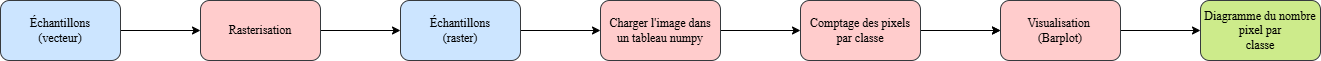
The draw.io diagram img/Diagramme_nb_pixel_classe.png in Axel-Mrtn/projet_telea_MARTIN_AXEL, before a commit. Source tidied: cells renumbered, new cells last; positions are measured from the earlier drawing's top-left corner, leaving out a move shared by most shapes.
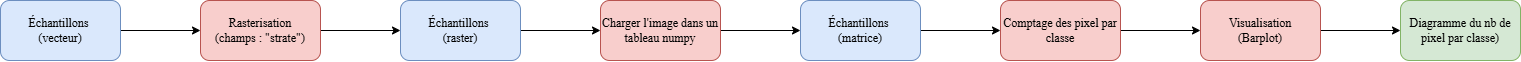
After the change.

What changed in the source:
```diff
@@ -1,48 +1,51 @@
 <mxGraphModel>
   <root>
-    <mxCell id="0" />
-    <mxCell id="1" parent="0" />
-    <mxCell id="2" style="edgeStyle=orthogonalEdgeStyle;rounded=0;jettySize=auto;html=1;" parent="1" edge="1" source="3" target="5">
-      <mxGeometry relative="1" as="geometry" />
-    </mxCell>
+    <mxCell id="16" />
+    <mxCell id="17" parent="16" />
+    <mxCell id="18" style="edgeStyle=orthogonalEdgeStyle;rounded=0;jettySize=auto;html=1;" parent="17" edge="1" source="3" target="20">
+      <mxGeometry relative="1" as="geometry" />
+    </mxCell>
-    <mxCell id="3" value="&lt;font face=&quot;monotica&quot;&gt;Échantillons&lt;/font&gt;&lt;br&gt;&lt;font face=&quot;monotica&quot;&gt;(vecteur)&lt;/font&gt;" style="rounded=1;whiteSpace=wrap;html=1;fillColor=#cce5ff;strokeColor=#36393d;" parent="1" vertex="1">
+    <mxCell id="3" value="&lt;font face=&quot;monotica&quot;&gt;Échantillons&amp;nbsp;&lt;/font&gt;&lt;div&gt;&lt;font face=&quot;monotica&quot;&gt;(vecteur)&lt;/font&gt;&lt;/div&gt;" style="rounded=1;whiteSpace=wrap;html=1;fillColor=#dae8fc;strokeColor=#6c8ebf;" parent="17" vertex="1">
       <mxGeometry width="120" height="60" as="geometry" />
     </mxCell>
-    <mxCell id="4" style="edgeStyle=orthogonalEdgeStyle;rounded=0;jettySize=auto;html=1;" parent="1" edge="1" source="5" target="7">
-      <mxGeometry relative="1" as="geometry" />
-    </mxCell>
-    <mxCell id="5" value="&lt;div&gt;&lt;font face=&quot;monotica&quot;&gt;Rasterisation&lt;/font&gt;&lt;/div&gt;" style="rounded=1;whiteSpace=wrap;html=1;align=center;verticalAlign=middle;fontFamily=Helvetica;fontSize=12;fillColor=#ffcccc;strokeColor=#36393d;" parent="1" vertex="1">
-      <mxGeometry x="200" width="120" height="60" as="geometry" />
-    </mxCell>
+    <mxCell id="19" style="edgeStyle=orthogonalEdgeStyle;rounded=0;jettySize=auto;html=1;entryX=0;entryY=0.5;entryDx=0;entryDy=0;" parent="17" edge="1" source="20" target="7">
+      <mxGeometry relative="1" as="geometry" />
+    </mxCell>
+    <mxCell id="20" value="&lt;font face=&quot;monotica&quot;&gt;Rasterisation&lt;/font&gt;&lt;div&gt;&lt;font face=&quot;monotica&quot;&gt;(champs : &quot;strate&quot;)&lt;/font&gt;&lt;/div&gt;" style="whiteSpace=wrap;html=1;fillColor=#f8cecc;strokeColor=#b85450;rounded=1;" parent="17" vertex="1">
+      <mxGeometry x="200" width="120" height="60" as="geometry" />
+    </mxCell>
-    <mxCell id="6" style="edgeStyle=orthogonalEdgeStyle;rounded=0;jettySize=auto;html=1;" parent="1" edge="1" source="7" target="9">
+    <mxCell id="6" style="edgeStyle=orthogonalEdgeStyle;rounded=0;jettySize=auto;html=1;" parent="17" edge="1" source="7" target="9">
       <mxGeometry relative="1" as="geometry" />
     </mxCell>
-    <mxCell id="7" value="&lt;font face=&quot;monotica&quot;&gt;Échantillons&lt;/font&gt;&lt;br&gt;&lt;font face=&quot;monotica&quot;&gt;(raster)&lt;/font&gt;" style="whiteSpace=wrap;html=1;rounded=1;strokeColor=#36393d;align=center;verticalAlign=middle;fontFamily=Helvetica;fontSize=12;fillColor=#cce5ff;" parent="1" vertex="1">
+    <mxCell id="7" value="&lt;font face=&quot;monotica&quot;&gt;Échantillons&amp;nbsp;&lt;/font&gt;&lt;div&gt;&lt;font face=&quot;monotica&quot;&gt;(raster)&lt;/font&gt;&lt;/div&gt;" style="rounded=1;whiteSpace=wrap;html=1;fillColor=#dae8fc;strokeColor=#6c8ebf;" parent="17" vertex="1">
       <mxGeometry x="400" width="120" height="60" as="geometry" />
     </mxCell>
-    <mxCell id="8" style="edgeStyle=orthogonalEdgeStyle;rounded=0;jettySize=auto;html=1;" parent="1" edge="1" source="9" target="12">
-      <mxGeometry relative="1" as="geometry" />
-    </mxCell>
+    <mxCell id="21" style="edgeStyle=orthogonalEdgeStyle;rounded=0;jettySize=auto;html=1;" parent="17" edge="1" source="9" target="23">
+      <mxGeometry relative="1" as="geometry" />
+    </mxCell>
-    <mxCell id="9" value="&lt;font face=&quot;monotica&quot;&gt;Charger l'image dans&lt;/font&gt;&lt;div&gt;&lt;font face=&quot;monotica&quot;&gt;un tableau numpy&lt;/font&gt;&lt;/div&gt;" style="rounded=1;whiteSpace=wrap;html=1;strokeColor=#36393d;align=center;verticalAlign=middle;fontFamily=Helvetica;fontSize=12;fillColor=#ffcccc;" parent="1" vertex="1">
+    <mxCell id="9" value="&lt;font face=&quot;monotica&quot;&gt;Charger l'image dans un tableau numpy&lt;/font&gt;" style="rounded=1;whiteSpace=wrap;html=1;fillColor=#f8cecc;strokeColor=#b85450;" parent="17" vertex="1">
       <mxGeometry x="600" width="120" height="60" as="geometry" />
     </mxCell>
-    <mxCell id="10" style="edgeStyle=orthogonalEdgeStyle;rounded=0;jettySize=auto;html=1;" parent="1" edge="1" source="12" target="14">
-      <mxGeometry relative="1" as="geometry" />
-    </mxCell>
-    <mxCell id="11" style="edgeStyle=orthogonalEdgeStyle;rounded=0;jettySize=auto;html=1;" parent="1" edge="1" source="12" target="14">
-      <mxGeometry relative="1" as="geometry" />
-    </mxCell>
-    <mxCell id="12" value="&lt;font face=&quot;monotica&quot;&gt;Comptage des pixels&lt;/font&gt;&lt;div&gt;&lt;font face=&quot;monotica&quot;&gt;&amp;nbsp;par classe&amp;nbsp;&lt;/font&gt;&lt;/div&gt;" style="whiteSpace=wrap;html=1;rounded=1;fillColor=#ffcccc;strokeColor=#36393d;" parent="1" vertex="1">
-      <mxGeometry x="800" width="120" height="60" as="geometry" />
-    </mxCell>
-    <mxCell id="13" style="edgeStyle=orthogonalEdgeStyle;rounded=0;jettySize=auto;html=1;" parent="1" edge="1" source="14" target="15">
-      <mxGeometry relative="1" as="geometry" />
-    </mxCell>
+    <mxCell id="22" style="edgeStyle=orthogonalEdgeStyle;rounded=0;jettySize=auto;html=1;" parent="17" edge="1" source="23" target="25">
+      <mxGeometry relative="1" as="geometry" />
+    </mxCell>
+    <mxCell id="23" value="&lt;font face=&quot;monotica&quot;&gt;Échantillons&amp;nbsp;&lt;/font&gt;&lt;div&gt;&lt;font face=&quot;monotica&quot;&gt;(matrice)&lt;/font&gt;&lt;/div&gt;" style="whiteSpace=wrap;html=1;fillColor=#dae8fc;strokeColor=#6c8ebf;rounded=1;" parent="17" vertex="1">
+      <mxGeometry x="800" width="120" height="60" as="geometry" />
+    </mxCell>
+    <mxCell id="24" style="edgeStyle=orthogonalEdgeStyle;rounded=0;jettySize=auto;html=1;fontFamily=Helvetica;fontSize=12;fontColor=default;" parent="17" edge="1" source="25" target="14">
+      <mxGeometry relative="1" as="geometry" />
+    </mxCell>
+    <mxCell id="25" value="&lt;font face=&quot;monotica&quot;&gt;Comptage des pixel par classe&lt;/font&gt;" style="whiteSpace=wrap;html=1;fillColor=#f8cecc;strokeColor=#b85450;rounded=1;" parent="17" vertex="1">
+      <mxGeometry x="1000" width="120" height="60" as="geometry" />
+    </mxCell>
+    <mxCell id="26" style="edgeStyle=orthogonalEdgeStyle;rounded=0;jettySize=auto;html=1;fontFamily=Helvetica;fontSize=12;fontColor=default;" parent="17" edge="1" source="14" target="27">
+      <mxGeometry relative="1" as="geometry" />
+    </mxCell>
-    <mxCell id="14" value="&lt;font face=&quot;monotica&quot;&gt;Visualisation&amp;nbsp;&lt;/font&gt;&lt;div&gt;&lt;font face=&quot;monotica&quot;&gt;(Barplot)&lt;/font&gt;&lt;/div&gt;" style="whiteSpace=wrap;html=1;rounded=1;fillColor=#ffcccc;strokeColor=#36393d;" parent="1" vertex="1">
-      <mxGeometry x="1000" width="120" height="60" as="geometry" />
+    <mxCell id="14" value="&lt;font face=&quot;monotica&quot;&gt;Visualisation&lt;/font&gt;&lt;div&gt;&lt;font face=&quot;monotica&quot;&gt;(Barplot)&lt;/font&gt;&lt;/div&gt;" style="whiteSpace=wrap;html=1;fillColor=#f8cecc;strokeColor=#b85450;rounded=1;" parent="17" vertex="1">
+      <mxGeometry x="1200" width="120" height="60" as="geometry" />
     </mxCell>
-    <mxCell id="15" value="&lt;font face=&quot;monotica&quot;&gt;Diagramme du nombre pixel par&lt;/font&gt;&lt;div&gt;&lt;font face=&quot;monotica&quot;&gt;classe&lt;/font&gt;&lt;/div&gt;" style="rounded=1;whiteSpace=wrap;html=1;fillColor=#cdeb8b;strokeColor=#36393d;" parent="1" vertex="1">
-      <mxGeometry x="1200" width="120" height="60" as="geometry" />
-    </mxCell>
+    <mxCell id="27" value="&lt;font face=&quot;monotica&quot;&gt;Diagramme du nb de pixel par classe)&lt;/font&gt;" style="whiteSpace=wrap;html=1;fillColor=#d5e8d4;strokeColor=#82b366;rounded=1;" parent="17" vertex="1">
+      <mxGeometry x="1400" width="120" height="60" as="geometry" />
+    </mxCell>
   </root>
 </mxGraphModel>
```
